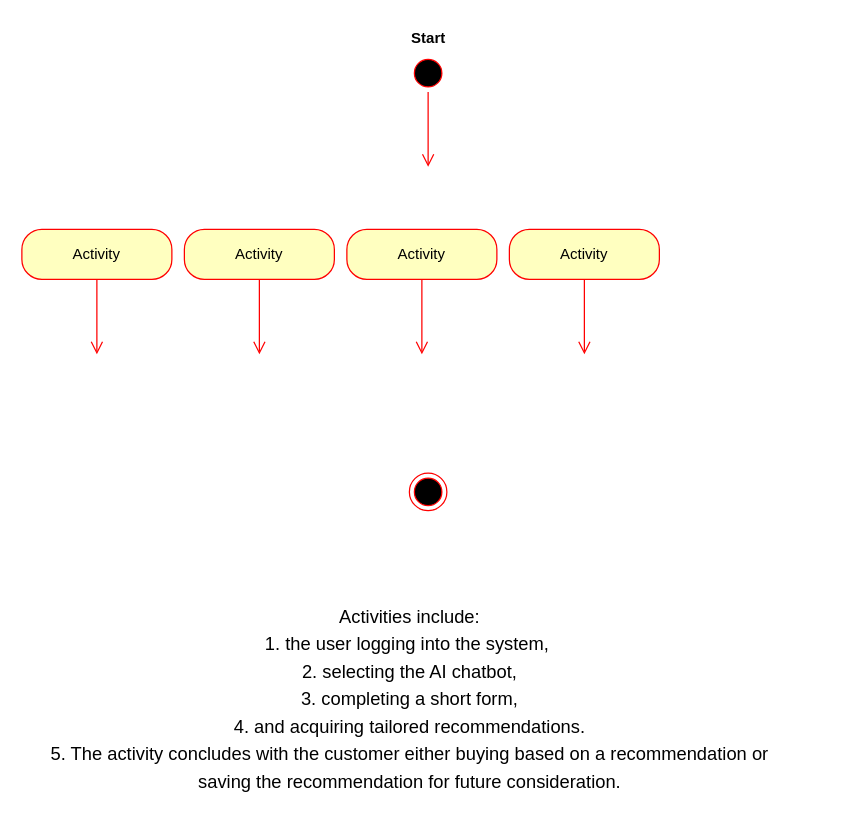
Above: Project - Agile Software Engineering Diagram 4.drawio in Matasem-h/SimpleFlowcharts (draw.io), before the change. Source tidied: cells renumbered, new cells numbered last; positions are measured from the earlier drawing's top-left corner, leaving out a move shared by most shapes. Both pictures are drawn from the tidied source at 125%, with x=0, y=0 at pixel (21, 21).
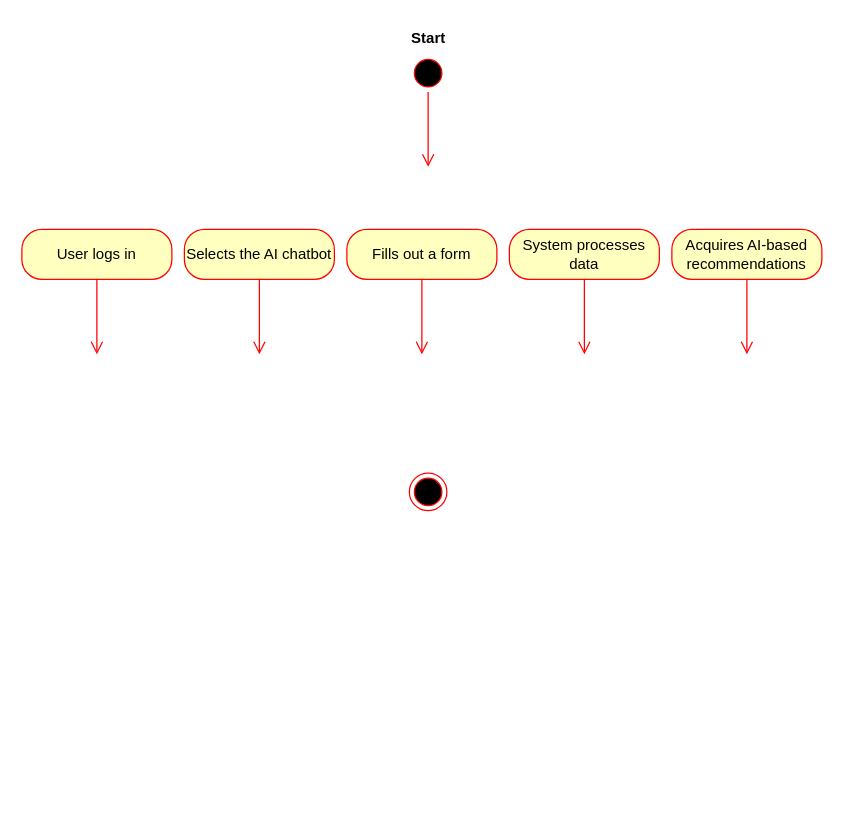
The same diagram, later.

Change to the diagram source:
```diff
@@
 <mxGraphModel>
   <root>
     <mxCell id="0" />
     <mxCell id="1" parent="0" />
     <mxCell id="2" style="ellipse;html=1;shape=endState;fillColor=#000000;strokeColor=#ff0000;" parent="1" vertex="1">
       <mxGeometry x="310" y="361" width="30" height="30" as="geometry" />
     </mxCell>
     <mxCell id="3" style="ellipse;html=1;shape=startState;fillColor=#000000;strokeColor=#ff0000;" parent="1" vertex="1">
       <mxGeometry x="310" y="26" width="30" height="30" as="geometry" />
     </mxCell>
     <mxCell id="4" style="edgeStyle=orthogonalEdgeStyle;html=1;verticalAlign=bottom;endArrow=open;endSize=8;strokeColor=#ff0000;rounded=0;" parent="1" edge="1" source="3">
       <mxGeometry relative="1" as="geometry">
         <mxPoint x="325" y="116" as="targetPoint" />
       </mxGeometry>
     </mxCell>
     <mxCell id="5" value="Start" style="text;align=center;fontStyle=1;verticalAlign=middle;spacingLeft=3;spacingRight=3;strokeColor=none;html=1;" parent="1" vertex="1">
       <mxGeometry x="285" width="80" height="26" as="geometry" />
     </mxCell>
-    <mxCell id="6" value="Activity" style="rounded=1;whiteSpace=wrap;html=1;arcSize=40;fontColor=#000000;fillColor=#ffffc0;strokeColor=#ff0000;" parent="1" vertex="1">
+    <mxCell id="6" value="User logs in" style="rounded=1;whiteSpace=wrap;html=1;arcSize=40;fontColor=#000000;fillColor=#ffffc0;strokeColor=#ff0000;" parent="1" vertex="1">
       <mxGeometry y="166" width="120" height="40" as="geometry" />
     </mxCell>
     <mxCell id="7" style="edgeStyle=orthogonalEdgeStyle;html=1;verticalAlign=bottom;endArrow=open;endSize=8;strokeColor=#ff0000;rounded=0;" parent="1" edge="1" source="6">
       <mxGeometry relative="1" as="geometry">
         <mxPoint x="60" y="266" as="targetPoint" />
       </mxGeometry>
     </mxCell>
-    <mxCell id="8" value="Activity" style="rounded=1;whiteSpace=wrap;html=1;arcSize=40;fontColor=#000000;fillColor=#ffffc0;strokeColor=#ff0000;" parent="1" vertex="1">
+    <mxCell id="8" value="Selects the AI chatbot" style="rounded=1;whiteSpace=wrap;html=1;arcSize=40;fontColor=#000000;fillColor=#ffffc0;strokeColor=#ff0000;" parent="1" vertex="1">
       <mxGeometry x="130" y="166" width="120" height="40" as="geometry" />
     </mxCell>
     <mxCell id="9" style="edgeStyle=orthogonalEdgeStyle;html=1;verticalAlign=bottom;endArrow=open;endSize=8;strokeColor=#ff0000;rounded=0;" parent="1" edge="1" source="8">
       <mxGeometry relative="1" as="geometry">
         <mxPoint x="190" y="266" as="targetPoint" />
       </mxGeometry>
     </mxCell>
-    <mxCell id="10" value="Activity" style="rounded=1;whiteSpace=wrap;html=1;arcSize=40;fontColor=#000000;fillColor=#ffffc0;strokeColor=#ff0000;" parent="1" vertex="1">
+    <mxCell id="10" value="System processes data" style="rounded=1;whiteSpace=wrap;html=1;arcSize=40;fontColor=#000000;fillColor=#ffffc0;strokeColor=#ff0000;" parent="1" vertex="1">
       <mxGeometry x="390" y="166" width="120" height="40" as="geometry" />
     </mxCell>
     <mxCell id="11" style="edgeStyle=orthogonalEdgeStyle;html=1;verticalAlign=bottom;endArrow=open;endSize=8;strokeColor=#ff0000;rounded=0;" parent="1" edge="1" source="10">
       <mxGeometry relative="1" as="geometry">
         <mxPoint x="450" y="266" as="targetPoint" />
       </mxGeometry>
     </mxCell>
-    <mxCell id="12" value="Activity" style="rounded=1;whiteSpace=wrap;html=1;arcSize=40;fontColor=#000000;fillColor=#ffffc0;strokeColor=#ff0000;" parent="1" vertex="1">
+    <mxCell id="12" value="Fills out a form" style="rounded=1;whiteSpace=wrap;html=1;arcSize=40;fontColor=#000000;fillColor=#ffffc0;strokeColor=#ff0000;" parent="1" vertex="1">
       <mxGeometry x="260" y="166" width="120" height="40" as="geometry" />
     </mxCell>
     <mxCell id="13" style="edgeStyle=orthogonalEdgeStyle;html=1;verticalAlign=bottom;endArrow=open;endSize=8;strokeColor=#ff0000;rounded=0;" parent="1" edge="1" source="12">
       <mxGeometry relative="1" as="geometry">
         <mxPoint x="320" y="266" as="targetPoint" />
       </mxGeometry>
     </mxCell>
-    <mxCell id="14" value="&lt;div&gt;&lt;span style=&quot;font-size: 11pt; line-height: 150%; color: black;&quot;&gt;Activities include:&lt;/span&gt;&lt;/div&gt;&lt;div&gt;&lt;span style=&quot;font-size: 11pt; line-height: 150%; color: black;&quot;&gt;1. the user logging into the system,&amp;nbsp;&lt;/span&gt;&lt;/div&gt;&lt;div&gt;&lt;span style=&quot;font-size: 11pt; line-height: 150%; color: black;&quot;&gt;2. &lt;/span&gt;&lt;span style=&quot;font-size: 11pt; line-height: 150%; color: black;&quot;&gt;selecting the AI &lt;/span&gt;&lt;span style=&quot;font-size: 11pt; line-height: 150%; color: black;&quot;&gt;chatbot,&lt;/span&gt;&lt;/div&gt;&lt;div&gt;&lt;span style=&quot;font-size: 11pt; line-height: 150%; color: black;&quot;&gt;&amp;nbsp;3. completing a short form,&amp;nbsp;&lt;/span&gt;&lt;/div&gt;&lt;div&gt;&lt;span style=&quot;font-size: 11pt; line-height: 150%; color: black;&quot;&gt;4. and acquiring tailored recommendations.&lt;/span&gt;&lt;/div&gt;&lt;div&gt;&lt;span style=&quot;font-size: 11pt; line-height: 150%; color: black;&quot;&gt;5. The &lt;/span&gt;&lt;span style=&quot;font-size: 11pt; line-height: 150%; color: black;&quot;&gt;activity concludes with the customer either buying based on a recommendation or&lt;/span&gt;&lt;/div&gt;&lt;span style=&quot;font-size: 11pt; line-height: 150%; color: black;&quot;&gt;saving the recommendation for future consideration.&lt;/span&gt;" style="text;html=1;align=center;verticalAlign=middle;strokeColor=none;fillColor=none;" parent="1" vertex="1">
-      <mxGeometry x="10" y="456" width="600" height="170" as="geometry" />
-    </mxCell>
+    <mxCell id="15" value="Acquires AI-based recommendations" style="rounded=1;whiteSpace=wrap;html=1;arcSize=40;fontColor=#000000;fillColor=#ffffc0;strokeColor=#ff0000;" parent="1" vertex="1">
+      <mxGeometry x="520" y="166" width="120" height="40" as="geometry" />
+    </mxCell>
+    <mxCell id="16" style="edgeStyle=orthogonalEdgeStyle;html=1;verticalAlign=bottom;endArrow=open;endSize=8;strokeColor=#ff0000;rounded=0;" parent="1" edge="1" source="15">
+      <mxGeometry relative="1" as="geometry">
+        <mxPoint x="580" y="266" as="targetPoint" />
+      </mxGeometry>
+    </mxCell>
   </root>
 </mxGraphModel>
```
